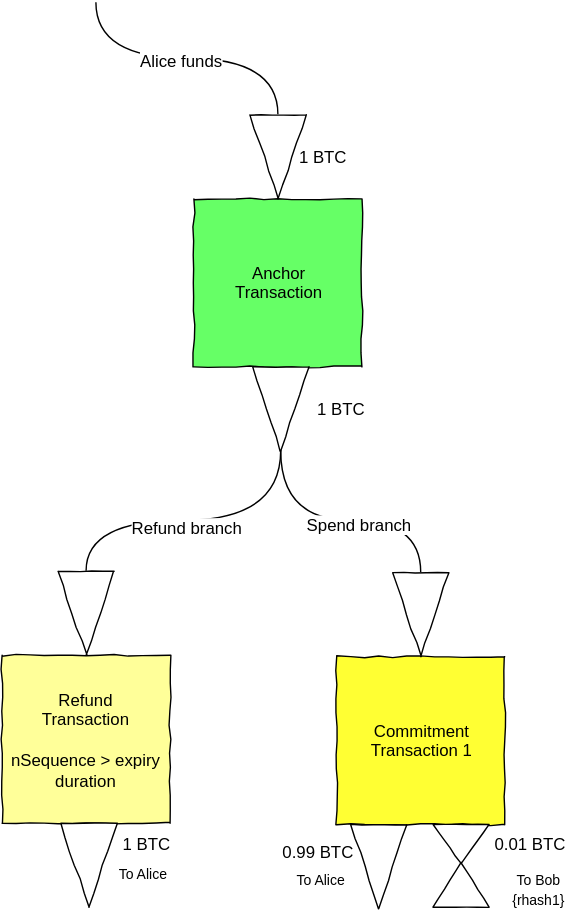
The draw.io diagram two-way-channel1.svg in PayChan/bitcoin-payment-channels-taxonomy, before a commit. Source tidied: cells renumbered, new cells last; positions are measured from the earlier drawing's top-left corner, leaving out a move shared by most shapes.
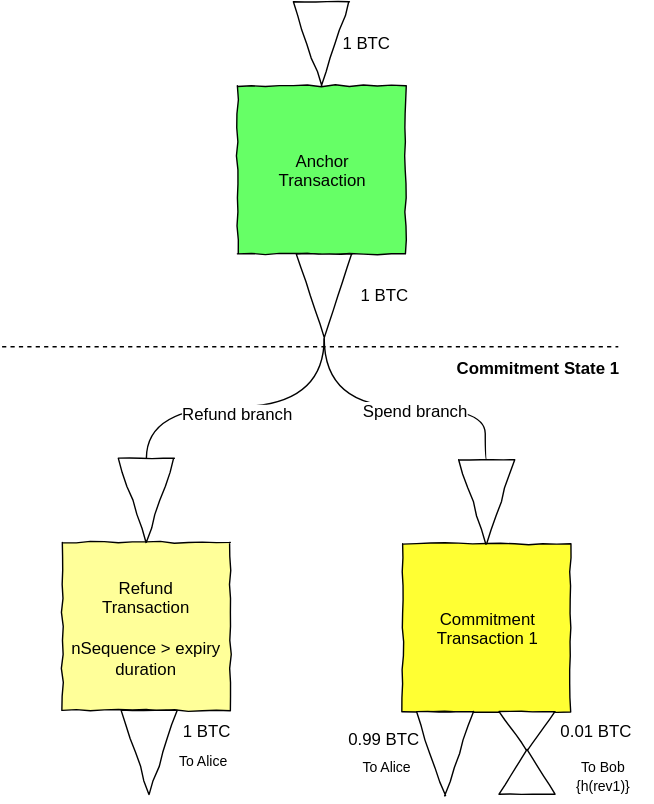
The same file after the commit.

What changed in the source:
```diff
@@ -3,108 +3,97 @@
     <mxCell id="0" />
     <mxCell id="1" parent="0" />
     <mxCell id="2" value="Anchor&lt;div&gt;Transaction&lt;/div&gt;" style="whiteSpace=wrap;html=1;comic=1;fillColor=#66FF66;" parent="1" vertex="1">
-      <mxGeometry x="137" y="140.4" width="120" height="120" as="geometry" />
+      <mxGeometry x="160" y="-3135.3" width="120" height="120" as="geometry" />
     </mxCell>
     <mxCell id="3" style="triangle;whiteSpace=wrap;html=1;comic=1;rotation=90;" parent="1" vertex="1">
-      <mxGeometry x="167" y="90.4" width="60" height="40" as="geometry" />
+      <mxGeometry x="190" y="-3185.3" width="60" height="40" as="geometry" />
     </mxCell>
     <mxCell id="4" style="triangle;whiteSpace=wrap;html=1;comic=1;rotation=90;" parent="1" vertex="1">
-      <mxGeometry x="169" y="270.4" width="60" height="40" as="geometry" />
+      <mxGeometry x="192" y="-3005.3" width="60" height="40" as="geometry" />
     </mxCell>
-    <mxCell id="5" style="endArrow=none;html=1;edgeStyle=orthogonalEdgeStyle;entryX=0;entryY=0.5;endFill=0;curved=1;" parent="1" edge="1">
-      <mxGeometry x="204" y="7729.4" as="geometry">
-        <mxPoint x="67" as="sourcePoint" />
-        <mxPoint x="197" y="80" as="targetPoint" />
+    <mxCell id="5" style="endArrow=none;html=1;edgeStyle=orthogonalEdgeStyle;endFill=0;curved=1;exitX=1;exitY=0.5;entryX=0;entryY=0.5;" parent="1" edge="1" source="4" target="17">
+      <mxGeometry x="374" y="4783.7" as="geometry">
         <Array as="points">
-          <mxPoint x="67" y="40.4" />
-          <mxPoint x="197" y="40.4" />
+          <mxPoint x="222" y="-2906" />
+          <mxPoint x="337" y="-2906" />
         </Array>
       </mxGeometry>
     </mxCell>
-    <mxCell id="6" value="Alice funds" style="text;html=1;align=center;verticalAlign=middle;labelBackgroundColor=#ffffff;" parent="5" vertex="1">
+    <mxCell id="6" value="Spend branch" style="text;html=1;align=center;verticalAlign=middle;labelBackgroundColor=#ffffff;" parent="5" vertex="1">
       <mxGeometry relative="1" as="geometry">
-        <mxPoint x="-4" y="1" as="offset" />
+        <mxPoint x="12" y="2" as="offset" />
       </mxGeometry>
     </mxCell>
-    <mxCell id="7" value="Alice funds" style="text;html=1;align=center;verticalAlign=middle;labelBackgroundColor=#ffffff;" parent="1" vertex="1">
-      <mxGeometry x="128" y="41" as="geometry">
-        <mxPoint x="-4" y="1" as="offset" />
+    <mxCell id="7" value="Spend branch" style="text;html=1;align=center;verticalAlign=middle;labelBackgroundColor=#ffffff;" parent="1" vertex="1">
+      <mxGeometry x="287" y="-2904" as="geometry">
+        <mxPoint x="12" y="2" as="offset" />
       </mxGeometry>
     </mxCell>
-    <mxCell id="8" style="endArrow=none;html=1;edgeStyle=orthogonalEdgeStyle;endFill=0;curved=1;exitX=1;exitY=0.5;entryX=0;entryY=0.5;" parent="1" edge="1" source="4" target="20">
-      <mxGeometry x="351" y="8059.4" as="geometry">
+    <mxCell id="8" style="endArrow=none;html=1;edgeStyle=orthogonalEdgeStyle;endFill=0;curved=1;exitX=1;exitY=0.5;entryX=0;entryY=0.5;" parent="1" edge="1" source="4" target="14">
+      <mxGeometry x="84" y="4793.7" as="geometry">
         <Array as="points">
-          <mxPoint x="199" y="370.4" />
-          <mxPoint x="299" y="370.4" />
+          <mxPoint x="222" y="-2906" />
+          <mxPoint x="95" y="-2906" />
         </Array>
       </mxGeometry>
     </mxCell>
-    <mxCell id="9" value="Spend branch" style="text;html=1;align=center;verticalAlign=middle;labelBackgroundColor=#ffffff;" parent="8" vertex="1">
+    <mxCell id="9" value="Refund branch" style="text;html=1;align=center;verticalAlign=middle;labelBackgroundColor=#ffffff;" parent="8" vertex="1">
       <mxGeometry relative="1" as="geometry">
-        <mxPoint x="12" y="2" as="offset" />
+        <mxPoint x="-4" y="4" as="offset" />
       </mxGeometry>
     </mxCell>
-    <mxCell id="10" value="Spend branch" style="text;html=1;align=center;verticalAlign=middle;labelBackgroundColor=#ffffff;" parent="1" vertex="1">
-      <mxGeometry x="255" y="372" as="geometry">
-        <mxPoint x="12" y="2" as="offset" />
+    <mxCell id="10" value="Refund branch" style="text;html=1;align=center;verticalAlign=middle;labelBackgroundColor=#ffffff;" parent="1" vertex="1">
+      <mxGeometry x="160" y="-2902" as="geometry">
+        <mxPoint x="-4" y="4" as="offset" />
       </mxGeometry>
     </mxCell>
-    <mxCell id="11" style="endArrow=none;html=1;edgeStyle=orthogonalEdgeStyle;endFill=0;curved=1;exitX=1;exitY=0.5;entryX=0;entryY=0.5;" parent="1" edge="1" source="4" target="17">
-      <mxGeometry x="61" y="8069.4" as="geometry">
-        <Array as="points">
-          <mxPoint x="199" y="370.4" />
-          <mxPoint x="60" y="370.4" />
-        </Array>
-      </mxGeometry>
+    <mxCell id="11" value="1 BTC" style="text;html=1;strokeColor=none;fillColor=none;align=center;verticalAlign=middle;whiteSpace=wrap;overflow=hidden;comic=1;" parent="1" vertex="1">
+      <mxGeometry x="231" y="-3185.3" width="42" height="39" as="geometry" />
     </mxCell>
-    <mxCell id="12" value="Refund branch" style="text;html=1;align=center;verticalAlign=middle;labelBackgroundColor=#ffffff;" parent="11" vertex="1">
-      <mxGeometry relative="1" as="geometry">
-        <mxPoint x="-4" y="4" as="offset" />
-      </mxGeometry>
+    <mxCell id="12" value="1 BTC" style="text;html=1;strokeColor=none;fillColor=none;align=center;verticalAlign=middle;whiteSpace=wrap;overflow=hidden;comic=1;" parent="1" vertex="1">
+      <mxGeometry x="241" y="-3005.3" width="48" height="39" as="geometry" />
     </mxCell>
-    <mxCell id="13" value="Refund branch" style="text;html=1;align=center;verticalAlign=middle;labelBackgroundColor=#ffffff;" parent="1" vertex="1">
-      <mxGeometry x="132" y="374" as="geometry">
-        <mxPoint x="-4" y="4" as="offset" />
-      </mxGeometry>
+    <mxCell id="13" value="&lt;span&gt;Refund&lt;/span&gt;&lt;div&gt;Transaction&lt;/div&gt;&lt;div&gt;&lt;br&gt;&lt;/div&gt;&lt;div&gt;nSequence &amp;gt; expiry duration&lt;/div&gt;" style="whiteSpace=wrap;html=1;comic=1;fillColor=#FFFF99;" parent="1" vertex="1">
+      <mxGeometry x="35" y="-2809.3" width="120" height="120" as="geometry" />
     </mxCell>
-    <mxCell id="14" value="1 BTC" style="text;html=1;strokeColor=none;fillColor=none;align=center;verticalAlign=middle;whiteSpace=wrap;overflow=hidden;comic=1;" parent="1" vertex="1">
-      <mxGeometry x="208" y="90.4" width="42" height="39" as="geometry" />
+    <mxCell id="14" style="triangle;whiteSpace=wrap;html=1;comic=1;rotation=90;" parent="1" vertex="1">
+      <mxGeometry x="65" y="-2859.3" width="60" height="40" as="geometry" />
     </mxCell>
-    <mxCell id="15" value="1 BTC" style="text;html=1;strokeColor=none;fillColor=none;align=center;verticalAlign=middle;whiteSpace=wrap;overflow=hidden;comic=1;" parent="1" vertex="1">
-      <mxGeometry x="218" y="270.4" width="48" height="39" as="geometry" />
+    <mxCell id="15" style="triangle;whiteSpace=wrap;html=1;comic=1;rotation=90;" parent="1" vertex="1">
+      <mxGeometry x="67" y="-2679.3" width="60" height="40" as="geometry" />
     </mxCell>
-    <mxCell id="16" value="&lt;span&gt;Refund&lt;/span&gt;&lt;div&gt;Transaction&lt;/div&gt;&lt;div&gt;&lt;br&gt;&lt;/div&gt;&lt;div&gt;nSequence &amp;gt; expiry duration&lt;/div&gt;" style="whiteSpace=wrap;html=1;comic=1;fillColor=#FFFF99;" parent="1" vertex="1">
-      <mxGeometry y="466.4" width="120" height="120" as="geometry" />
+    <mxCell id="16" value="Commitment&lt;div&gt;Transaction 1&lt;/div&gt;" style="whiteSpace=wrap;html=1;comic=1;fillColor=#FFFF33;" parent="1" vertex="1">
+      <mxGeometry x="278" y="-2808.3" width="120" height="120" as="geometry" />
     </mxCell>
     <mxCell id="17" style="triangle;whiteSpace=wrap;html=1;comic=1;rotation=90;" parent="1" vertex="1">
-      <mxGeometry x="30" y="416.4" width="60" height="40" as="geometry" />
+      <mxGeometry x="308" y="-2858.3" width="60" height="40" as="geometry" />
     </mxCell>
     <mxCell id="18" style="triangle;whiteSpace=wrap;html=1;comic=1;rotation=90;" parent="1" vertex="1">
-      <mxGeometry x="32" y="596.4" width="60" height="40" as="geometry" />
+      <mxGeometry x="278" y="-2678.3" width="60" height="40" as="geometry" />
     </mxCell>
-    <mxCell id="19" value="Commitment&lt;div&gt;Transaction 1&lt;/div&gt;" style="whiteSpace=wrap;html=1;comic=1;fillColor=#FFFF33;" parent="1" vertex="1">
-      <mxGeometry x="239" y="467.4" width="120" height="120" as="geometry" />
+    <mxCell id="19" value="&lt;div&gt;0.99 BTC&lt;/div&gt;" style="text;html=1;strokeColor=none;fillColor=none;align=center;verticalAlign=middle;whiteSpace=wrap;overflow=hidden;comic=1;" parent="1" vertex="1">
+      <mxGeometry x="235" y="-2688.3" width="57" height="39" as="geometry" />
     </mxCell>
-    <mxCell id="20" style="triangle;whiteSpace=wrap;html=1;comic=1;rotation=90;" parent="1" vertex="1">
-      <mxGeometry x="269" y="417.4" width="60" height="40" as="geometry" />
+    <mxCell id="20" value="1 BTC" style="text;html=1;strokeColor=none;fillColor=none;align=center;verticalAlign=middle;whiteSpace=wrap;overflow=hidden;comic=1;" parent="1" vertex="1">
+      <mxGeometry x="114" y="-2694.3" width="48" height="39" as="geometry" />
     </mxCell>
-    <mxCell id="21" style="triangle;whiteSpace=wrap;html=1;comic=1;rotation=90;" parent="1" vertex="1">
-      <mxGeometry x="239" y="597.4" width="60" height="40" as="geometry" />
+    <mxCell id="21" value="0.01 BTC" style="text;html=1;strokeColor=none;fillColor=none;align=center;verticalAlign=middle;whiteSpace=wrap;overflow=hidden;comic=1;" parent="1" vertex="1">
+      <mxGeometry x="385" y="-2694.7" width="62" height="39" as="geometry" />
     </mxCell>
-    <mxCell id="22" value="&lt;div&gt;0.99 BTC&lt;/div&gt;" style="text;html=1;strokeColor=none;fillColor=none;align=center;verticalAlign=middle;whiteSpace=wrap;overflow=hidden;comic=1;" parent="1" vertex="1">
-      <mxGeometry x="196" y="587.4" width="57" height="39" as="geometry" />
+    <mxCell id="22" style="group;" parent="1" vertex="1">
+      <mxGeometry x="350.9" y="-2694.4" width="36.4" height="69" as="geometry" />
     </mxCell>
-    <mxCell id="23" value="1 BTC" style="text;html=1;strokeColor=none;fillColor=none;align=center;verticalAlign=middle;whiteSpace=wrap;overflow=hidden;comic=1;" parent="1" vertex="1">
-      <mxGeometry x="79" y="581.4" width="48" height="39" as="geometry" />
+    <mxCell id="23" style="group;" parent="22" vertex="1">
+      <mxGeometry width="36.4" height="69" as="geometry" />
     </mxCell>
-    <mxCell id="24" value="0.01 BTC" style="text;html=1;strokeColor=none;fillColor=none;align=center;verticalAlign=middle;whiteSpace=wrap;overflow=hidden;comic=1;" parent="1" vertex="1">
-      <mxGeometry x="346" y="581" width="62" height="39" as="geometry" />
+    <mxCell id="24" style="triangle;whiteSpace=wrap;html=1;comic=1;rotation=90;" parent="23" vertex="1">
+      <mxGeometry x="2" width="28" height="40" as="geometry" />
     </mxCell>
-    <mxCell id="25" style="group;" parent="1" vertex="1">
-      <mxGeometry x="311.9" y="581.3" width="36.4" height="69" as="geometry" />
+    <mxCell id="25" style="triangle;whiteSpace=wrap;html=1;comic=1;rotation=-90;" parent="23" vertex="1">
+      <mxGeometry y="29" width="32" height="40" as="geometry" />
     </mxCell>
-    <mxCell id="26" style="group;" parent="25" vertex="1">
-      <mxGeometry width="36.4" height="69" as="geometry" />
+    <mxCell id="26" style="group;" parent="1" vertex="1">
+      <mxGeometry x="350.9" y="-2694.4" width="36.4" height="69" as="geometry" />
     </mxCell>
     <mxCell id="27" style="triangle;whiteSpace=wrap;html=1;comic=1;rotation=90;" parent="26" vertex="1">
       <mxGeometry x="2" width="28" height="40" as="geometry" />
@@ -112,29 +101,29 @@
     <mxCell id="28" style="triangle;whiteSpace=wrap;html=1;comic=1;rotation=-90;" parent="26" vertex="1">
       <mxGeometry y="29" width="32" height="40" as="geometry" />
     </mxCell>
-    <mxCell id="29" style="group;" parent="1" vertex="1">
-      <mxGeometry x="311.9" y="581.3" width="36.4" height="69" as="geometry" />
+    <mxCell id="29" style="triangle;whiteSpace=wrap;html=1;comic=1;rotation=90;" parent="1" vertex="1">
+      <mxGeometry x="352.9" y="-2694.4" width="28" height="40" as="geometry" />
     </mxCell>
-    <mxCell id="30" style="triangle;whiteSpace=wrap;html=1;comic=1;rotation=90;" parent="29" vertex="1">
-      <mxGeometry x="2" width="28" height="40" as="geometry" />
+    <mxCell id="30" style="triangle;whiteSpace=wrap;html=1;comic=1;rotation=-90;" parent="1" vertex="1">
+      <mxGeometry x="350.9" y="-2665.4" width="32" height="40" as="geometry" />
     </mxCell>
-    <mxCell id="31" style="triangle;whiteSpace=wrap;html=1;comic=1;rotation=-90;" parent="29" vertex="1">
-      <mxGeometry y="29" width="32" height="40" as="geometry" />
+    <mxCell id="31" value="&lt;font style=&quot;font-size: 10px&quot;&gt;To Alice&lt;/font&gt;" style="text;html=1;strokeColor=none;fillColor=none;align=center;verticalAlign=middle;whiteSpace=wrap;overflow=hidden;" parent="1" vertex="1">
+      <mxGeometry x="106" y="-2663.7" width="59" height="20" as="geometry" />
     </mxCell>
-    <mxCell id="32" style="triangle;whiteSpace=wrap;html=1;comic=1;rotation=90;" parent="1" vertex="1">
-      <mxGeometry x="313.9" y="581.3" width="28" height="40" as="geometry" />
+    <mxCell id="32" value="&lt;font style=&quot;font-size: 10px&quot;&gt;To Alice&lt;/font&gt;" style="text;html=1;strokeColor=none;fillColor=none;align=center;verticalAlign=middle;whiteSpace=wrap;overflow=hidden;" parent="1" vertex="1">
+      <mxGeometry x="237" y="-2659.7" width="59" height="20" as="geometry" />
     </mxCell>
-    <mxCell id="33" style="triangle;whiteSpace=wrap;html=1;comic=1;rotation=-90;" parent="1" vertex="1">
-      <mxGeometry x="311.9" y="610.3" width="32" height="40" as="geometry" />
+    <mxCell id="33" value="&lt;font style=&quot;font-size: 10px&quot;&gt;To Bob&lt;br&gt;&lt;/font&gt;&lt;div&gt;&lt;font style=&quot;font-size: 10px&quot;&gt;&lt;span&gt;{h(rev1)}&lt;/span&gt;&lt;/font&gt;&lt;/div&gt;" style="text;html=1;strokeColor=none;fillColor=none;align=center;verticalAlign=middle;whiteSpace=wrap;overflow=hidden;" parent="1" vertex="1">
+      <mxGeometry x="386" y="-2660.7" width="70" height="36" as="geometry" />
     </mxCell>
-    <mxCell id="34" value="&lt;font style=&quot;font-size: 10px&quot;&gt;To Alice&lt;/font&gt;" style="text;html=1;strokeColor=none;fillColor=none;align=center;verticalAlign=middle;whiteSpace=wrap;overflow=hidden;" parent="1" vertex="1">
-      <mxGeometry x="71" y="612" width="59" height="20" as="geometry" />
+    <mxCell id="34" style="endArrow=none;html=1;endFill=0;dashed=1;" parent="1" edge="1">
+      <mxGeometry x="129" y="4780" as="geometry">
+        <mxPoint x="-8" y="-2949" as="sourcePoint" />
+        <mxPoint x="432" y="-2949" as="targetPoint" />
+      </mxGeometry>
     </mxCell>
-    <mxCell id="35" value="&lt;font style=&quot;font-size: 10px&quot;&gt;To Alice&lt;/font&gt;" style="text;html=1;strokeColor=none;fillColor=none;align=center;verticalAlign=middle;whiteSpace=wrap;overflow=hidden;" parent="1" vertex="1">
-      <mxGeometry x="198" y="616" width="59" height="20" as="geometry" />
+    <mxCell id="35" value="&lt;b&gt;Commitment State 1&lt;/b&gt;" style="text;html=1;strokeColor=none;fillColor=none;align=center;verticalAlign=middle;whiteSpace=wrap;overflow=hidden;" parent="1" vertex="1">
+      <mxGeometry x="297.7" y="-2944" width="153" height="20" as="geometry" />
     </mxCell>
-    <mxCell id="36" value="&lt;font style=&quot;font-size: 10px&quot;&gt;To Bob&lt;br&gt;&lt;/font&gt;&lt;div&gt;&lt;font style=&quot;font-size: 10px&quot;&gt;&lt;span&gt;{rhash1}&lt;/span&gt;&lt;/font&gt;&lt;/div&gt;" style="text;html=1;strokeColor=none;fillColor=none;align=center;verticalAlign=middle;whiteSpace=wrap;overflow=hidden;" parent="1" vertex="1">
-      <mxGeometry x="347" y="615" width="70" height="36" as="geometry" />
-    </mxCell>
   </root>
 </mxGraphModel>
```
